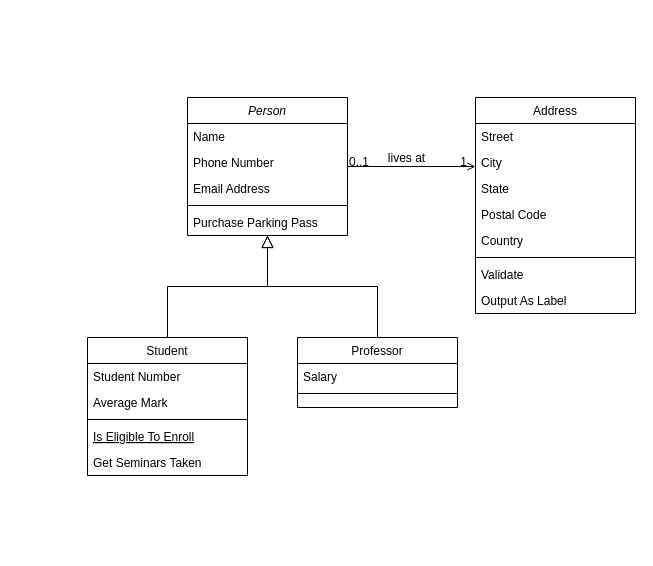
Above: Diagrama sem nome.drawio in Luthem01/EXEDUPLA (draw.io), before the change. Source tidied: cells renumbered, new cells numbered last; positions are measured from the earlier drawing's top-left corner, leaving out a move shared by most shapes. Both pictures are drawn from the tidied source at 100%, with x=0, y=0 at pixel (87, 97).
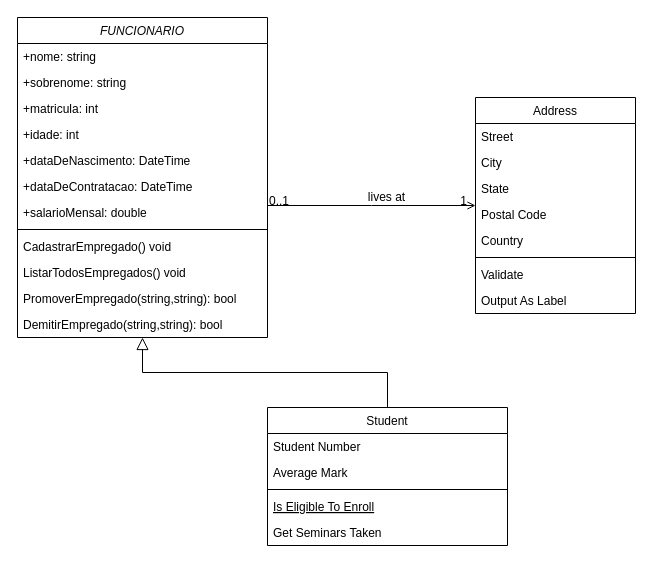
The same diagram, later.

What changed in the source:
```diff
@@
-    <mxCell id="2" value="Person" style="swimlane;fontStyle=2;align=center;verticalAlign=top;horizontal=1;startSize=26;rounded=0;shadow=0;strokeWidth=1;" parent="1" vertex="1">
-      <mxGeometry x="100" width="160" height="138" as="geometry" />
+    <mxCell id="2" value="FUNCIONARIO" style="swimlane;fontStyle=2;align=center;verticalAlign=top;horizontal=1;startSize=26;rounded=0;shadow=0;strokeWidth=1;" parent="1" vertex="1">
+      <mxGeometry x="-70" y="-80" width="250" height="320" as="geometry" />
     </mxCell>
-    <mxCell id="3" value="Name" style="text;align=left;verticalAlign=top;spacingLeft=4;spacingRight=4;overflow=hidden;" parent="2" vertex="1">
-      <mxGeometry y="26" width="160" height="26" as="geometry" />
+    <mxCell id="3" value="+nome: string" style="text;align=left;verticalAlign=top;spacingLeft=4;spacingRight=4;overflow=hidden;" parent="2" vertex="1">
+      <mxGeometry y="26" width="250" height="26" as="geometry" />
     </mxCell>
+    <mxCell id="32" value="+sobrenome: string" style="text;align=left;verticalAlign=top;spacingLeft=4;spacingRight=4;overflow=hidden;" parent="2" vertex="1">
+      <mxGeometry y="52" width="250" height="26" as="geometry" />
+    </mxCell>
-    <mxCell id="4" value="Phone Number" style="text;align=left;verticalAlign=top;spacingLeft=4;spacingRight=4;overflow=hidden;rounded=0;shadow=0;html=0;" parent="2" vertex="1">
-      <mxGeometry y="52" width="160" height="26" as="geometry" />
+    <mxCell id="4" value="+matricula: int" style="text;align=left;verticalAlign=top;spacingLeft=4;spacingRight=4;overflow=hidden;rounded=0;shadow=0;html=0;" parent="2" vertex="1">
+      <mxGeometry y="78" width="250" height="26" as="geometry" />
     </mxCell>
+    <mxCell id="33" value="+idade: int" style="text;align=left;verticalAlign=top;spacingLeft=4;spacingRight=4;overflow=hidden;rounded=0;shadow=0;html=0;" parent="2" vertex="1">
+      <mxGeometry y="104" width="250" height="26" as="geometry" />
+    </mxCell>
+    <mxCell id="34" value="+dataDeNascimento: DateTime" style="text;align=left;verticalAlign=top;spacingLeft=4;spacingRight=4;overflow=hidden;rounded=0;shadow=0;html=0;" parent="2" vertex="1">
+      <mxGeometry y="130" width="250" height="26" as="geometry" />
+    </mxCell>
-    <mxCell id="5" value="Email Address" style="text;align=left;verticalAlign=top;spacingLeft=4;spacingRight=4;overflow=hidden;rounded=0;shadow=0;html=0;" parent="2" vertex="1">
-      <mxGeometry y="78" width="160" height="26" as="geometry" />
+    <mxCell id="5" value="+dataDeContratacao: DateTime" style="text;align=left;verticalAlign=top;spacingLeft=4;spacingRight=4;overflow=hidden;rounded=0;shadow=0;html=0;" parent="2" vertex="1">
+      <mxGeometry y="156" width="250" height="26" as="geometry" />
     </mxCell>
+    <mxCell id="35" value="+salarioMensal: double" style="text;align=left;verticalAlign=top;spacingLeft=4;spacingRight=4;overflow=hidden;rounded=0;shadow=0;html=0;" parent="2" vertex="1">
+      <mxGeometry y="182" width="250" height="26" as="geometry" />
+    </mxCell>
     <mxCell id="6" style="line;html=1;strokeWidth=1;align=left;verticalAlign=middle;spacingTop=-1;spacingLeft=3;spacingRight=3;labelPosition=right;" parent="2" vertex="1">
-      <mxGeometry y="104" width="160" height="8" as="geometry" />
+      <mxGeometry y="208" width="250" height="8" as="geometry" />
     </mxCell>
-    <mxCell id="7" value="Purchase Parking Pass" style="text;align=left;verticalAlign=top;spacingLeft=4;spacingRight=4;overflow=hidden;" parent="2" vertex="1">
-      <mxGeometry y="112" width="160" height="26" as="geometry" />
+    <mxCell id="7" value="CadastrarEmpregado() void" style="text;align=left;verticalAlign=top;spacingLeft=4;spacingRight=4;overflow=hidden;" parent="2" vertex="1">
+      <mxGeometry y="216" width="250" height="26" as="geometry" />
     </mxCell>
+    <mxCell id="36" value="ListarTodosEmpregados() void" style="text;align=left;verticalAlign=top;spacingLeft=4;spacingRight=4;overflow=hidden;" parent="2" vertex="1">
+      <mxGeometry y="242" width="250" height="26" as="geometry" />
+    </mxCell>
+    <mxCell id="37" value="PromoverEmpregado(string,string): bool" style="text;align=left;verticalAlign=top;spacingLeft=4;spacingRight=4;overflow=hidden;" parent="2" vertex="1">
+      <mxGeometry y="268" width="250" height="26" as="geometry" />
+    </mxCell>
+    <mxCell id="38" value="DemitirEmpregado(string,string): bool" style="text;align=left;verticalAlign=top;spacingLeft=4;spacingRight=4;overflow=hidden;" parent="2" vertex="1">
+      <mxGeometry y="294" width="250" height="26" as="geometry" />
+    </mxCell>
     <mxCell id="8" value="Student" style="swimlane;fontStyle=0;align=center;verticalAlign=top;horizontal=1;startSize=26;rounded=0;shadow=0;strokeWidth=1;" parent="1" vertex="1">
-      <mxGeometry y="240" width="160" height="138" as="geometry" />
+      <mxGeometry x="180" y="310" width="240" height="138" as="geometry" />
     </mxCell>
     <mxCell id="9" value="Student Number" style="text;align=left;verticalAlign=top;spacingLeft=4;spacingRight=4;overflow=hidden;" parent="8" vertex="1">
-      <mxGeometry y="26" width="160" height="26" as="geometry" />
+      <mxGeometry y="26" width="240" height="26" as="geometry" />
     </mxCell>
     <mxCell id="10" value="Average Mark" style="text;align=left;verticalAlign=top;spacingLeft=4;spacingRight=4;overflow=hidden;rounded=0;shadow=0;html=0;" parent="8" vertex="1">
-      <mxGeometry y="52" width="160" height="26" as="geometry" />
+      <mxGeometry y="52" width="240" height="26" as="geometry" />
     </mxCell>
     <mxCell id="11" style="line;html=1;strokeWidth=1;align=left;verticalAlign=middle;spacingTop=-1;spacingLeft=3;spacingRight=3;labelPosition=right;" parent="8" vertex="1">
-      <mxGeometry y="78" width="160" height="8" as="geometry" />
+      <mxGeometry y="78" width="240" height="8" as="geometry" />
     </mxCell>
     <mxCell id="12" value="Is Eligible To Enroll" style="text;align=left;verticalAlign=top;spacingLeft=4;spacingRight=4;overflow=hidden;fontStyle=4;" parent="8" vertex="1">
-      <mxGeometry y="86" width="160" height="26" as="geometry" />
+      <mxGeometry y="86" width="240" height="26" as="geometry" />
     </mxCell>
     <mxCell id="13" value="Get Seminars Taken" style="text;align=left;verticalAlign=top;spacingLeft=4;spacingRight=4;overflow=hidden;" parent="8" vertex="1">
-      <mxGeometry y="112" width="160" height="26" as="geometry" />
+      <mxGeometry y="112" width="240" height="26" as="geometry" />
     </mxCell>
@@
-    <mxCell id="15" value="Professor" style="swimlane;fontStyle=0;align=center;verticalAlign=top;horizontal=1;startSize=26;rounded=0;shadow=0;strokeWidth=1;" parent="1" vertex="1">
-      <mxGeometry x="210" y="240" width="160" height="70" as="geometry" />
-    </mxCell>
-    <mxCell id="16" value="Salary" style="text;align=left;verticalAlign=top;spacingLeft=4;spacingRight=4;overflow=hidden;" parent="15" vertex="1">
-      <mxGeometry y="26" width="160" height="26" as="geometry" />
-    </mxCell>
-    <mxCell id="17" style="line;html=1;strokeWidth=1;align=left;verticalAlign=middle;spacingTop=-1;spacingLeft=3;spacingRight=3;labelPosition=right;" parent="15" vertex="1">
-      <mxGeometry y="52" width="160" height="8" as="geometry" />
-    </mxCell>
-    <mxCell id="18" style="endArrow=block;endSize=10;endFill=0;shadow=0;strokeWidth=1;rounded=0;edgeStyle=elbowEdgeStyle;elbow=vertical;" parent="1" edge="1" source="15" target="2">
-      <mxGeometry relative="1" as="geometry" />
-    </mxCell>
```
